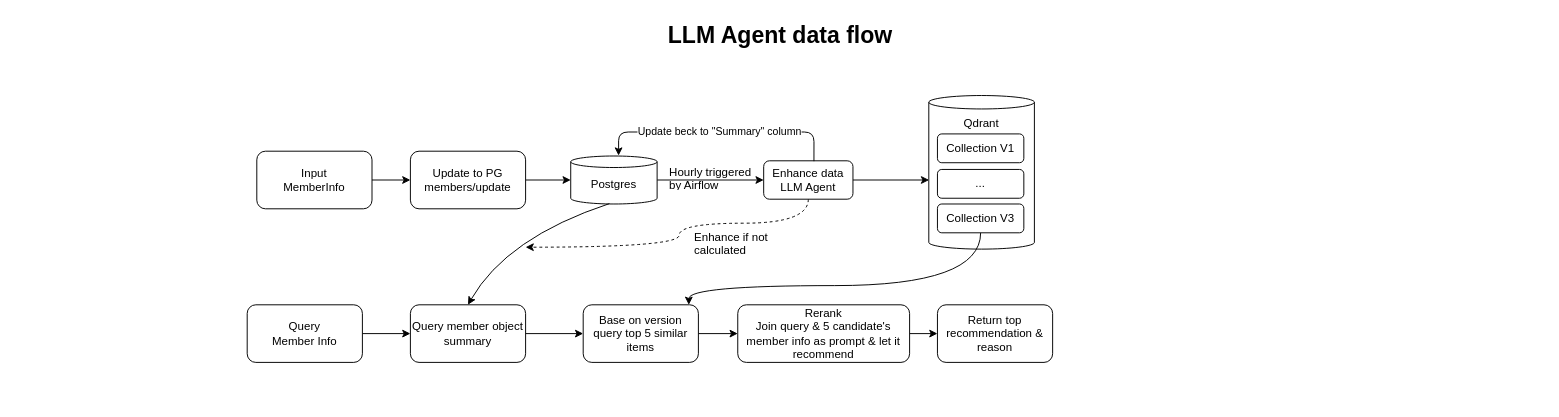
The draw.io diagram Î.drawio in tappy820918/llm_agent_test, before the edit. Source tidied: cells renumbered, new cells numbered last; positions are measured from the earlier drawing's top-left corner, leaving out a move shared by most shapes. Both pictures are drawn from the tidied source at 96%, with x=0, y=0 at pixel (16, 16).
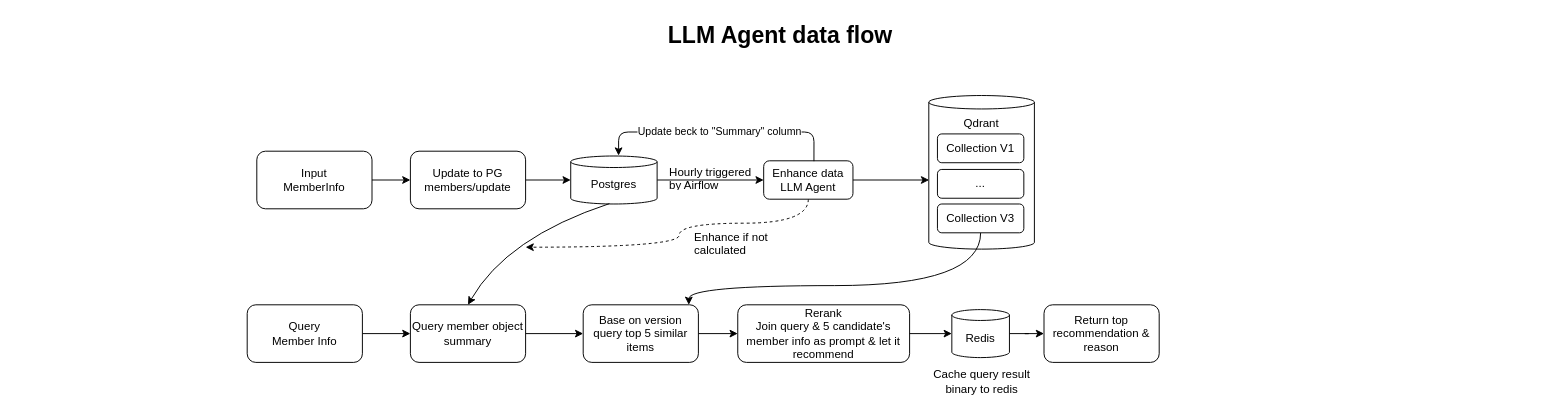
The same page after the edit.

The change refers to these unchanged cells:
```xml
<mxCell id="30" value="&lt;div&gt;Rerank&lt;/div&gt;&lt;div&gt;Join query &amp;amp; 5 candidate's member info as prompt &amp;amp; let it recommend&lt;br&gt;&lt;/div&gt;" style="rounded=1;whiteSpace=wrap;html=1;" parent="1" vertex="1">
  <mxGeometry x="751" y="300" width="179" height="60" as="geometry" />
</mxCell>
```

Diff of the diagram source:
```diff
@@
-    <mxCell id="29" style="edgeStyle=orthogonalEdgeStyle;rounded=0;jettySize=auto;html=1;exitX=1;exitY=0.5;exitDx=0;exitDy=0;entryX=0;entryY=0.5;entryDx=0;entryDy=0;" parent="1" edge="1" source="30" target="31">
-      <mxGeometry relative="1" as="geometry" />
-    </mxCell>
@@
     <mxCell id="31" value="Return top recommendation &amp;amp; reason" style="rounded=1;whiteSpace=wrap;html=1;" parent="1" vertex="1">
-      <mxGeometry x="959" y="300" width="120" height="60" as="geometry" />
+      <mxGeometry x="1070" y="300" width="120" height="60" as="geometry" />
     </mxCell>
+    <mxCell id="32" style="edgeStyle=orthogonalEdgeStyle;rounded=0;jettySize=auto;html=1;" parent="1" edge="1" source="33" target="31">
+      <mxGeometry relative="1" as="geometry" />
+    </mxCell>
+    <mxCell id="33" value="Redis" style="shape=cylinder3;whiteSpace=wrap;html=1;boundedLbl=1;backgroundOutline=1;size=5.666666666666686;" parent="1" vertex="1">
+      <mxGeometry x="974" y="305" width="60" height="50" as="geometry" />
+    </mxCell>
+    <mxCell id="34" style="edgeStyle=orthogonalEdgeStyle;rounded=0;jettySize=auto;html=1;entryX=0;entryY=0.5;entryDx=0;entryDy=0;entryPerimeter=0;" parent="1" edge="1" source="30" target="33">
+      <mxGeometry relative="1" as="geometry" />
+    </mxCell>
+    <mxCell id="35" value="Cache query result &lt;br&gt;binary to redis" style="text;html=1;align=center;verticalAlign=middle;strokeColor=none;fillColor=none;" parent="1" vertex="1">
+      <mxGeometry x="945" y="360" width="120" height="40" as="geometry" />
+    </mxCell>
```
